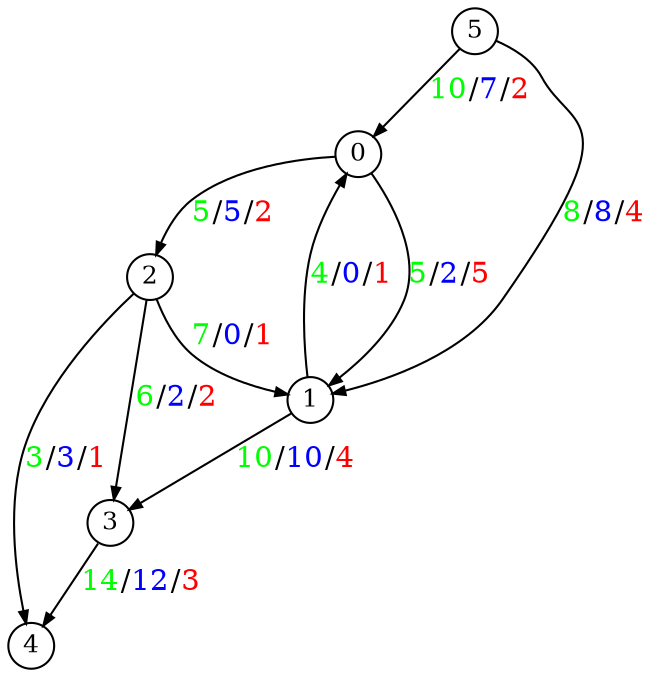
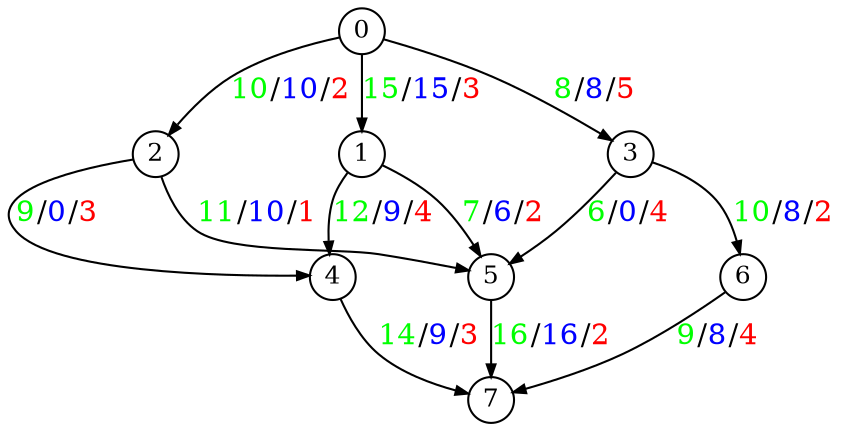
digraph G{
  graph [nodesep="0.3", ranksep="0.3",fontsize=12]
  node [shape=circle,fixedsize=true,width=.3,height=.3,fontsize=12]
  edge [arrowsize=0.6]

-   0 -> 1 [label = <<font color="green">5</font>/<font color="blue">2</font>/<font color="red">5</font>>]
-   0 -> 2 [label = <<font color="green">5</font>/<font color="blue">5</font>/<font color="red">2</font>>]
-   1 -> 0 [label = <<font color="green">4</font>/<font color="blue">0</font>/<font color="red">1</font>>]
-   1 -> 3 [label = <<font color="green">10</font>/<font color="blue">10</font>/<font color="red">4</font>>]
-   2 -> 1 [label = <<font color="green">7</font>/<font color="blue">0</font>/<font color="red">1</font>>]
-   2 -> 3 [label = <<font color="green">6</font>/<font color="blue">2</font>/<font color="red">2</font>>]
-   2 -> 4 [label = <<font color="green">3</font>/<font color="blue">3</font>/<font color="red">1</font>>]
-   3 -> 4 [label = <<font color="green">14</font>/<font color="blue">12</font>/<font color="red">3</font>>]
-   5 -> 0 [label = <<font color="green">10</font>/<font color="blue">7</font>/<font color="red">2</font>>]
-   5 -> 1 [label = <<font color="green">8</font>/<font color="blue">8</font>/<font color="red">4</font>>]
+   0 -> 1 [label = <<font color="green">15</font>/<font color="blue">15</font>/<font color="red">3</font>>]
+   0 -> 2 [label = <<font color="green">10</font>/<font color="blue">10</font>/<font color="red">2</font>>]
+   0 -> 3 [label = <<font color="green">8</font>/<font color="blue">8</font>/<font color="red">5</font>>]
+   1 -> 4 [label = <<font color="green">12</font>/<font color="blue">9</font>/<font color="red">4</font>>]
+   1 -> 5 [label = <<font color="green">7</font>/<font color="blue">6</font>/<font color="red">2</font>>]
+   2 -> 4 [label = <<font color="green">9</font>/<font color="blue">0</font>/<font color="red">3</font>>]
+   2 -> 5 [label = <<font color="green">11</font>/<font color="blue">10</font>/<font color="red">1</font>>]
+   3 -> 5 [label = <<font color="green">6</font>/<font color="blue">0</font>/<font color="red">4</font>>]
+   3 -> 6 [label = <<font color="green">10</font>/<font color="blue">8</font>/<font color="red">2</font>>]
+   4 -> 7 [label = <<font color="green">14</font>/<font color="blue">9</font>/<font color="red">3</font>>]
+   5 -> 7 [label = <<font color="green">16</font>/<font color="blue">16</font>/<font color="red">2</font>>]
+   6 -> 7 [label = <<font color="green">9</font>/<font color="blue">8</font>/<font color="red">4</font>>]
}